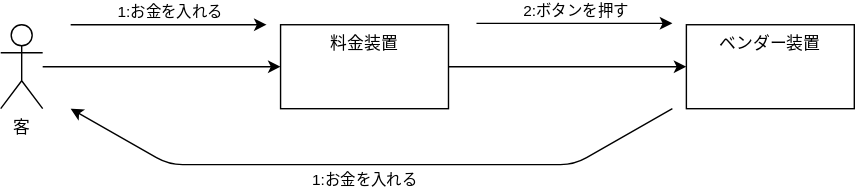
The draw.io diagram 演習6-4-4_コミュニケーション図_自動販売機.drawio.svg in takashun/uml_intro, before a commit. Source tidied: cells renumbered, new cells last; positions are measured from the earlier drawing's top-left corner, leaving out a move shared by most shapes. Its diagram source:
```xml
<mxGraphModel>
  <root>
    <mxCell id="0" />
    <mxCell id="1" parent="0" />
    <mxCell id="2" style="edgeStyle=none;html=1;" parent="1" edge="1" source="3" target="5">
      <mxGeometry relative="1" as="geometry" />
    </mxCell>
    <mxCell id="3" value="客" style="shape=umlActor;verticalLabelPosition=bottom;verticalAlign=top;html=1;outlineConnect=0;" parent="1" vertex="1">
      <mxGeometry y="1" width="30" height="60" as="geometry" />
    </mxCell>
    <mxCell id="4" style="edgeStyle=none;html=1;" parent="1" edge="1" source="5" target="6">
      <mxGeometry relative="1" as="geometry" />
    </mxCell>
    <mxCell id="5" value="料金装置" style="whiteSpace=wrap;html=1;verticalAlign=top;" parent="1" vertex="1">
      <mxGeometry x="200" y="1" width="120" height="60" as="geometry" />
    </mxCell>
    <mxCell id="6" value="ベンダー装置" style="whiteSpace=wrap;html=1;verticalAlign=top;" parent="1" vertex="1">
      <mxGeometry x="490" y="1" width="120" height="60" as="geometry" />
    </mxCell>
    <mxCell id="7" style="endArrow=classic;html=1;" parent="1" edge="1">
      <mxGeometry relative="1" as="geometry">
        <mxPoint x="50" y="1" as="sourcePoint" />
        <mxPoint x="190" y="1" as="targetPoint" />
      </mxGeometry>
    </mxCell>
    <mxCell id="8" value="1:お金を入れる" style="edgeLabel;html=1;align=center;verticalAlign=middle;" parent="7" vertex="1">
      <mxGeometry x="0.21" y="-1" relative="1" as="geometry">
        <mxPoint x="-14" y="-11" as="offset" />
      </mxGeometry>
    </mxCell>
    <mxCell id="9" style="endArrow=classic;html=1;" parent="1" edge="1">
      <mxGeometry relative="1" as="geometry">
        <mxPoint x="340" as="sourcePoint" />
        <mxPoint x="480" as="targetPoint" />
      </mxGeometry>
    </mxCell>
    <mxCell id="10" value="2:ボタンを押す" style="edgeLabel;html=1;align=center;verticalAlign=middle;" parent="9" vertex="1">
      <mxGeometry x="0.21" y="-1" relative="1" as="geometry">
        <mxPoint x="-14" y="-11" as="offset" />
      </mxGeometry>
    </mxCell>
    <mxCell id="11" style="endArrow=classic;html=1;" parent="1" edge="1">
      <mxGeometry relative="1" as="geometry">
        <mxPoint x="480" y="61" as="sourcePoint" />
        <mxPoint x="50" y="61" as="targetPoint" />
        <Array as="points">
          <mxPoint x="410" y="101" />
          <mxPoint x="120" y="101" />
        </Array>
      </mxGeometry>
    </mxCell>
    <mxCell id="12" value="1:お金を入れる" style="edgeLabel;html=1;align=center;verticalAlign=middle;" parent="11" vertex="1">
      <mxGeometry x="0.21" y="-1" relative="1" as="geometry">
        <mxPoint x="41" y="11" as="offset" />
      </mxGeometry>
    </mxCell>
  </root>
</mxGraphModel>
```
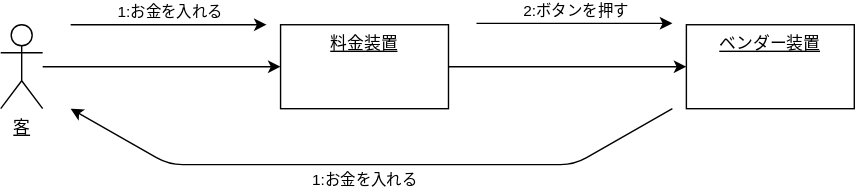
After the change.

Diff of the diagram source:
```diff
@@ -5,16 +5,16 @@
     <mxCell id="2" style="edgeStyle=none;html=1;" parent="1" edge="1" source="3" target="5">
       <mxGeometry relative="1" as="geometry" />
     </mxCell>
-    <mxCell id="3" value="客" style="shape=umlActor;verticalLabelPosition=bottom;verticalAlign=top;html=1;outlineConnect=0;" parent="1" vertex="1">
+    <mxCell id="3" value="客" style="shape=umlActor;verticalLabelPosition=bottom;verticalAlign=top;html=1;outlineConnect=0;fontStyle=4;" parent="1" vertex="1">
       <mxGeometry y="1" width="30" height="60" as="geometry" />
     </mxCell>
     <mxCell id="4" style="edgeStyle=none;html=1;" parent="1" edge="1" source="5" target="6">
       <mxGeometry relative="1" as="geometry" />
     </mxCell>
-    <mxCell id="5" value="料金装置" style="whiteSpace=wrap;html=1;verticalAlign=top;" parent="1" vertex="1">
+    <mxCell id="5" value="料金装置" style="whiteSpace=wrap;html=1;verticalAlign=top;fontStyle=4;" parent="1" vertex="1">
       <mxGeometry x="200" y="1" width="120" height="60" as="geometry" />
     </mxCell>
-    <mxCell id="6" value="ベンダー装置" style="whiteSpace=wrap;html=1;verticalAlign=top;" parent="1" vertex="1">
+    <mxCell id="6" value="ベンダー装置" style="whiteSpace=wrap;html=1;verticalAlign=top;fontStyle=4;" parent="1" vertex="1">
       <mxGeometry x="490" y="1" width="120" height="60" as="geometry" />
     </mxCell>
     <mxCell id="7" style="endArrow=classic;html=1;" parent="1" edge="1">
```
